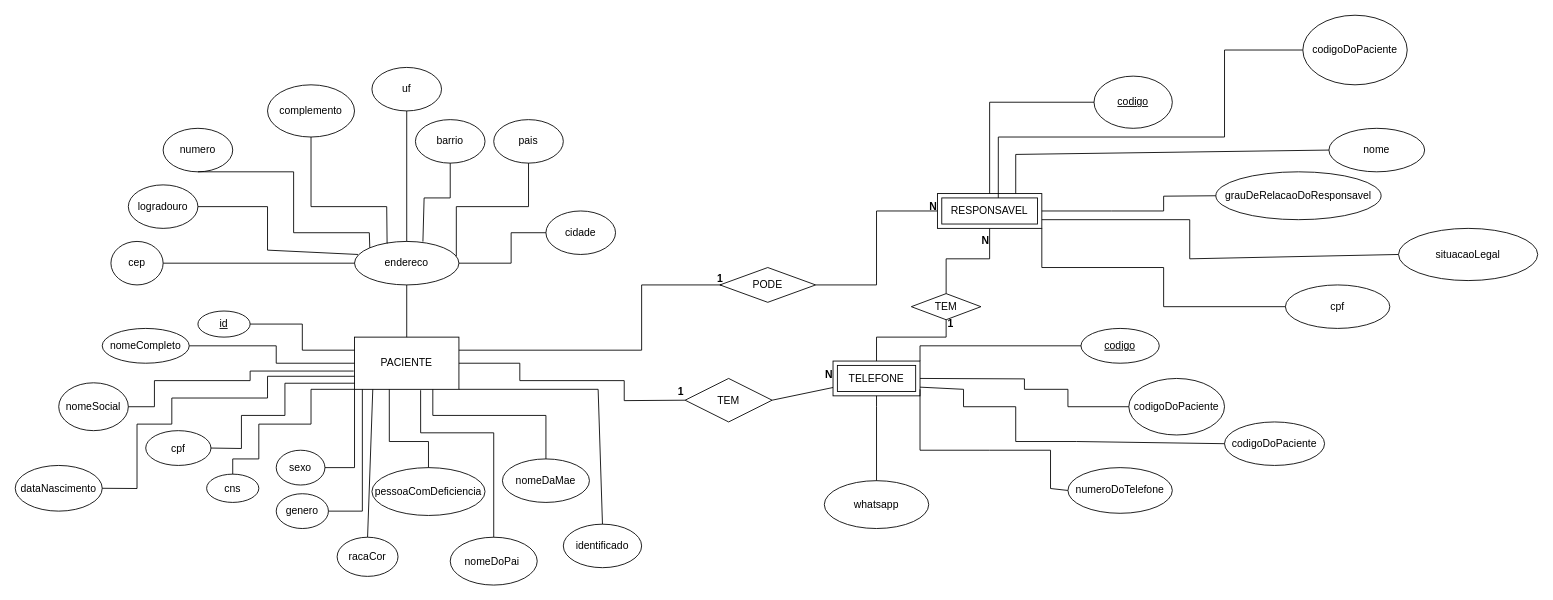
Before: Cadastro-de-pacientes.drawio in llealdev/Cadastro-de-pacientes, a draw.io diagram. Source tidied: cells renumbered, new cells numbered last; positions are measured from the earlier drawing's top-left corner, leaving out a move shared by most shapes. Both pictures are drawn from the tidied source at 87%, with x=0, y=0 at pixel (15, 15).
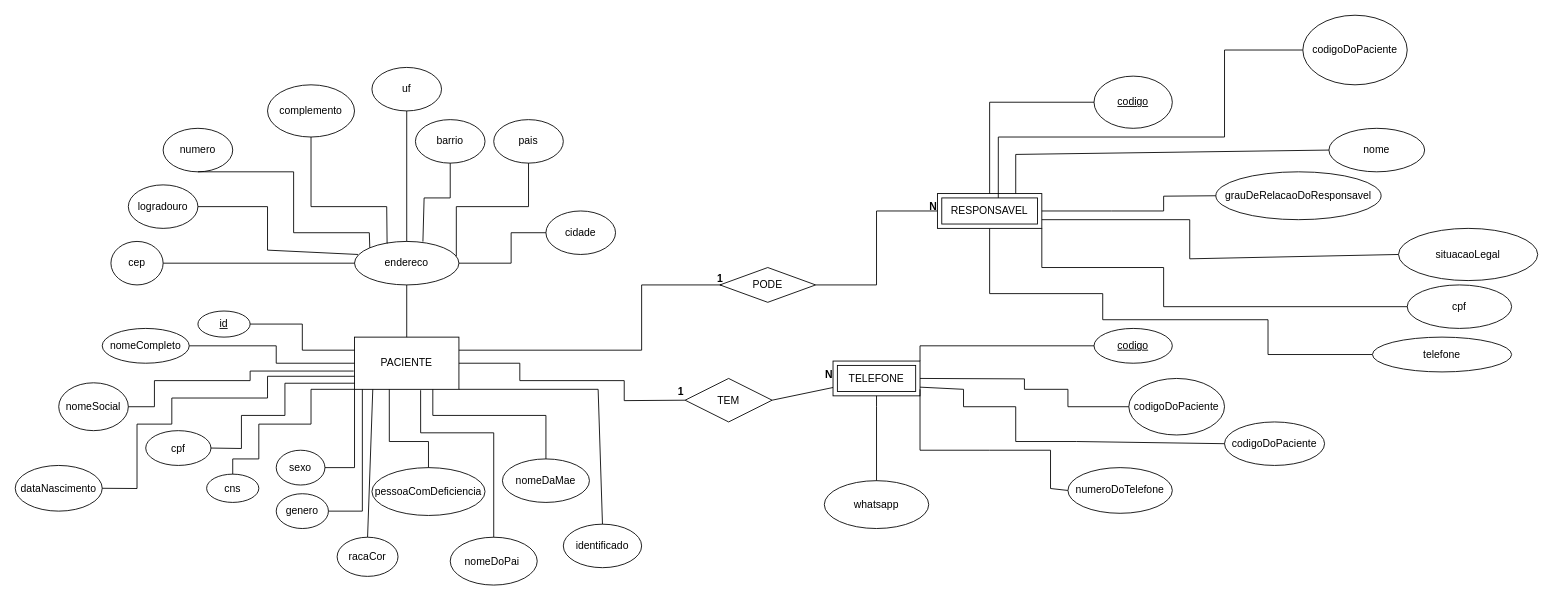
Above is the later version.

The change refers to these unchanged cells:
```xml
<mxCell id="53" value="TELEFONE" style="shape=ext;margin=3;double=1;whiteSpace=wrap;html=1;align=center;" parent="1" vertex="1">
  <mxGeometry x="940" y="397.5" width="100" height="40" as="geometry" />
</mxCell>
<mxCell id="66" value="RESPONSAVEL" style="shape=ext;margin=3;double=1;whiteSpace=wrap;html=1;align=center;" parent="1" vertex="1">
  <mxGeometry x="1060" y="205" width="120" height="40" as="geometry" />
</mxCell>
```

What changed in the source:
```diff
@@
     <mxCell id="56" value="&lt;u&gt;codigo&lt;/u&gt;" style="ellipse;whiteSpace=wrap;html=1;" parent="1" vertex="1">
-      <mxGeometry x="1225" y="360" width="90" height="40" as="geometry" />
+      <mxGeometry x="1240" y="360" width="90" height="40" as="geometry" />
     </mxCell>
@@
     <mxCell id="77" value="cpf" style="ellipse;whiteSpace=wrap;html=1;" parent="1" vertex="1">
-      <mxGeometry x="1460" y="310" width="120" height="50" as="geometry" />
+      <mxGeometry x="1600" y="310" width="120" height="50" as="geometry" />
     </mxCell>
@@
-    <mxCell id="79" value="TEM" style="rhombus;whiteSpace=wrap;html=1;" parent="1" vertex="1">
-      <mxGeometry x="1030" y="320" width="80" height="30" as="geometry" />
-    </mxCell>
@@
-    <mxCell id="82" style="endArrow=none;html=1;rounded=0;entryX=0.5;entryY=1;entryDx=0;entryDy=0;exitX=0.5;exitY=0;exitDx=0;exitDy=0;" parent="1" edge="1" source="79" target="66">
-      <mxGeometry relative="1" as="geometry">
-        <Array as="points">
-          <mxPoint x="1070" y="280" />
-          <mxPoint x="1120" y="280" />
-        </Array>
-      </mxGeometry>
-    </mxCell>
-    <mxCell id="83" style="endArrow=none;html=1;rounded=0;entryX=0.5;entryY=1;entryDx=0;entryDy=0;exitX=0.5;exitY=0;exitDx=0;exitDy=0;" parent="1" edge="1" source="53" target="79">
-      <mxGeometry relative="1" as="geometry">
-        <Array as="points">
-          <mxPoint x="990" y="370" />
-          <mxPoint x="1070" y="370" />
-        </Array>
-      </mxGeometry>
-    </mxCell>
@@
-    <mxCell id="86" value="&lt;b&gt;1&lt;/b&gt;" style="text;html=1;align=center;verticalAlign=middle;strokeColor=none;fillColor=none;" parent="1" vertex="1">
-      <mxGeometry x="1060" y="340" width="30" height="30" as="geometry" />
-    </mxCell>
-    <mxCell id="87" value="&lt;b&gt;N&lt;/b&gt;" style="text;html=1;align=center;verticalAlign=middle;strokeColor=none;fillColor=none;" parent="1" vertex="1">
-      <mxGeometry x="1100" y="245" width="30" height="30" as="geometry" />
-    </mxCell>
+    <mxCell id="88" style="endArrow=none;html=1;rounded=0;exitX=0.5;exitY=1;exitDx=0;exitDy=0;" parent="1" edge="1" source="66" target="89">
+      <mxGeometry relative="1" as="geometry">
+        <Array as="points">
+          <mxPoint x="1120" y="320" />
+          <mxPoint x="1250" y="320" />
+          <mxPoint x="1250" y="350" />
+          <mxPoint x="1440" y="350" />
+          <mxPoint x="1440" y="390" />
+        </Array>
+      </mxGeometry>
+    </mxCell>
+    <mxCell id="89" value="telefone" style="ellipse;whiteSpace=wrap;html=1;" parent="1" vertex="1">
+      <mxGeometry x="1560" y="370" width="160" height="40" as="geometry" />
+    </mxCell>
```
